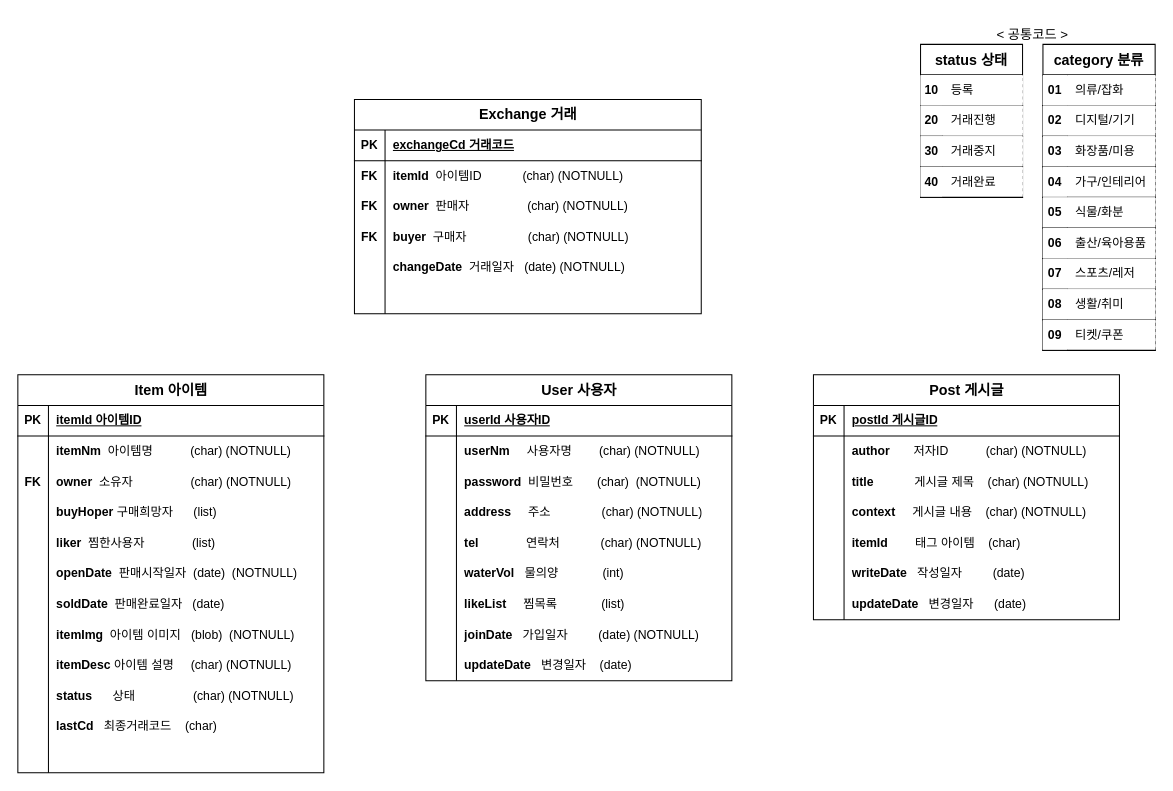
Earlier version of the draw.io diagram 제목 없는 다이어그램.drawio (eunbinoh/myReact). Source tidied: cells renumbered, new cells numbered last; positions are measured from the earlier drawing's top-left corner, leaving out a move shared by most shapes. Both pictures are drawn from the tidied source at 102%, with x=0, y=0 at pixel (17, 17).
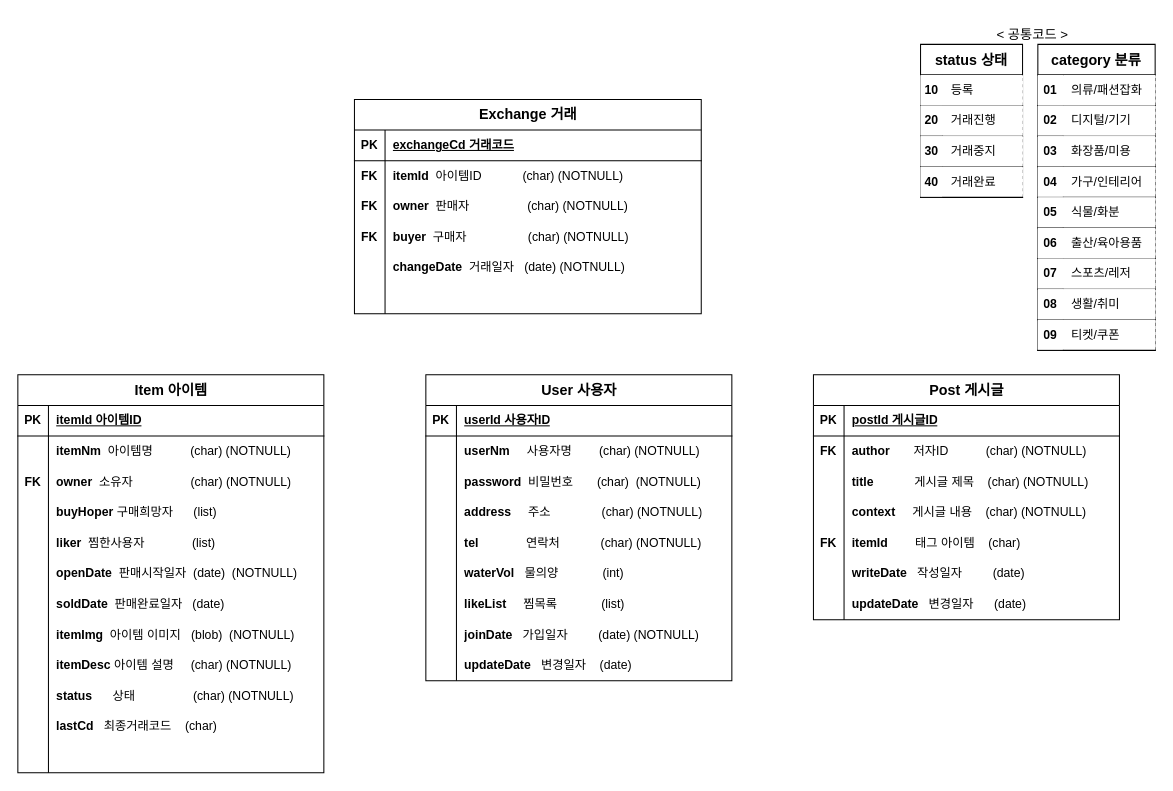
Above is the later version.

Unchanged cells that the change refers to:
```xml
<mxCell id="91" style="shape=tableRow;horizontal=0;startSize=0;swimlaneHead=0;swimlaneBody=0;fillColor=none;top=0;left=0;right=0;bottom=0;labelBackgroundColor=none;rounded=0;" parent="87" vertex="1">
  <mxGeometry y="60" width="300" height="30" as="geometry" />
</mxCell>
<mxCell id="100" style="shape=tableRow;horizontal=0;startSize=0;swimlaneHead=0;swimlaneBody=0;fillColor=none;top=0;left=0;right=0;bottom=0;labelBackgroundColor=none;rounded=0;" parent="87" vertex="1">
  <mxGeometry y="150" width="300" height="30" as="geometry" />
</mxCell>
```

What changed in the source:
```diff
@@
-    <mxCell id="92" style="shape=partialRectangle;fillColor=none;top=0;left=0;bottom=0;right=0;overflow=hidden;whiteSpace=wrap;html=1;labelBackgroundColor=none;rounded=0;" parent="91" vertex="1">
+    <mxCell id="92" value="&lt;b&gt;FK&lt;/b&gt;" style="shape=partialRectangle;fillColor=none;top=0;left=0;bottom=0;right=0;overflow=hidden;whiteSpace=wrap;html=1;labelBackgroundColor=none;rounded=0;" parent="91" vertex="1">
       <mxGeometry width="30" height="30" as="geometry" />
     </mxCell>
@@
-    <mxCell id="101" style="shape=partialRectangle;fillColor=none;top=0;left=0;bottom=0;right=0;overflow=hidden;whiteSpace=wrap;html=1;labelBackgroundColor=none;rounded=0;" parent="100" vertex="1">
+    <mxCell id="101" value="&lt;b&gt;FK&lt;/b&gt;" style="shape=partialRectangle;fillColor=none;top=0;left=0;bottom=0;right=0;overflow=hidden;whiteSpace=wrap;html=1;labelBackgroundColor=none;rounded=0;" parent="100" vertex="1">
       <mxGeometry width="30" height="30" as="geometry" />
     </mxCell>
@@
     <mxCell id="122" value="category 분류" style="shape=table;startSize=30;childLayout=tableLayout;rowLines=0;fontStyle=1;fontSize=14;spacingBottom=0;swimlaneLine=1;right=1;perimeterSpacing=1;separatorColor=#FFFFFF;bottom=1;arcSize=14;labelBackgroundColor=none;" parent="1" vertex="1">
-      <mxGeometry x="1005" y="26" width="110" height="300" as="geometry" />
+      <mxGeometry x="1000" y="26" width="115" height="300" as="geometry" />
     </mxCell>
     <mxCell id="123" style="shape=tableRow;horizontal=0;startSize=0;swimlaneHead=0;swimlaneBody=0;top=1;left=0;bottom=1;right=0;fontSize=12;spacingBottom=0;shadow=0;perimeterSpacing=1;labelBackgroundColor=none;" parent="122" vertex="1">
-      <mxGeometry y="30" width="110" height="30" as="geometry" />
+      <mxGeometry y="30" width="115" height="30" as="geometry" />
     </mxCell>
     <mxCell id="124" value="&lt;b&gt;01&lt;/b&gt;" style="shape=partialRectangle;html=1;whiteSpace=wrap;top=0;left=0;bottom=1;right=0;overflow=hidden;fontSize=12;spacingBottom=0;shadow=0;perimeterSpacing=1;labelBackgroundColor=none;" parent="123" vertex="1">
-      <mxGeometry width="24" height="30" as="geometry" />
+      <mxGeometry width="25" height="30" as="geometry" />
     </mxCell>
-    <mxCell id="125" value="의류/잡화" style="shape=partialRectangle;html=1;whiteSpace=wrap;top=0;left=0;bottom=1;right=0;align=left;spacingLeft=6;overflow=hidden;fontSize=12;spacingBottom=0;shadow=0;perimeterSpacing=1;labelBackgroundColor=none;" parent="123" vertex="1">
-      <mxGeometry x="24" width="86" height="30" as="geometry" />
+    <mxCell id="125" value="의류/패션잡화" style="shape=partialRectangle;html=1;whiteSpace=wrap;top=0;left=0;bottom=1;right=0;align=left;spacingLeft=6;overflow=hidden;fontSize=12;spacingBottom=0;shadow=0;perimeterSpacing=1;labelBackgroundColor=none;" parent="123" vertex="1">
+      <mxGeometry x="25" width="90" height="30" as="geometry" />
     </mxCell>
     <mxCell id="126" style="shape=tableRow;horizontal=0;startSize=0;swimlaneHead=0;swimlaneBody=0;top=0;left=0;bottom=1;right=0;fontSize=12;spacingBottom=0;shadow=0;perimeterSpacing=1;labelBackgroundColor=none;" parent="122" vertex="1">
-      <mxGeometry y="60" width="110" height="30" as="geometry" />
+      <mxGeometry y="60" width="115" height="30" as="geometry" />
     </mxCell>
     <mxCell id="127" value="&lt;b&gt;02&lt;/b&gt;" style="shape=partialRectangle;html=1;whiteSpace=wrap;top=0;left=0;bottom=1;right=0;overflow=hidden;fontSize=12;spacingBottom=0;shadow=0;perimeterSpacing=1;labelBackgroundColor=none;" parent="126" vertex="1">
-      <mxGeometry width="24" height="30" as="geometry" />
+      <mxGeometry width="25" height="30" as="geometry" />
     </mxCell>
     <mxCell id="128" value="디지털/기기" style="shape=partialRectangle;html=1;whiteSpace=wrap;top=0;left=0;bottom=1;right=0;align=left;spacingLeft=6;overflow=hidden;fontSize=12;spacingBottom=0;shadow=0;perimeterSpacing=1;labelBackgroundColor=none;" parent="126" vertex="1">
-      <mxGeometry x="24" width="86" height="30" as="geometry" />
+      <mxGeometry x="25" width="90" height="30" as="geometry" />
     </mxCell>
     <mxCell id="129" style="shape=tableRow;horizontal=0;startSize=0;swimlaneHead=0;swimlaneBody=0;top=0;left=0;bottom=1;right=0;fontSize=12;spacingBottom=0;shadow=0;perimeterSpacing=1;labelBackgroundColor=none;" parent="122" vertex="1">
-      <mxGeometry y="90" width="110" height="30" as="geometry" />
+      <mxGeometry y="90" width="115" height="30" as="geometry" />
     </mxCell>
     <mxCell id="130" value="&lt;b&gt;03&lt;/b&gt;" style="shape=partialRectangle;html=1;whiteSpace=wrap;top=0;left=0;bottom=1;right=0;overflow=hidden;fontSize=12;spacingBottom=0;shadow=0;perimeterSpacing=1;labelBackgroundColor=none;" parent="129" vertex="1">
-      <mxGeometry width="24" height="30" as="geometry" />
+      <mxGeometry width="25" height="30" as="geometry" />
     </mxCell>
     <mxCell id="131" value="화장품/미용" style="shape=partialRectangle;html=1;whiteSpace=wrap;top=0;left=0;bottom=1;right=0;align=left;spacingLeft=6;overflow=hidden;fontSize=12;spacingBottom=0;shadow=0;perimeterSpacing=1;labelBackgroundColor=none;" parent="129" vertex="1">
-      <mxGeometry x="24" width="86" height="30" as="geometry" />
+      <mxGeometry x="25" width="90" height="30" as="geometry" />
     </mxCell>
     <mxCell id="132" style="shape=tableRow;horizontal=0;startSize=0;swimlaneHead=0;swimlaneBody=0;top=0;left=0;bottom=1;right=0;fontSize=12;spacingBottom=0;shadow=0;perimeterSpacing=1;labelBackgroundColor=none;" parent="122" vertex="1">
-      <mxGeometry y="120" width="110" height="30" as="geometry" />
+      <mxGeometry y="120" width="115" height="30" as="geometry" />
     </mxCell>
     <mxCell id="133" value="&lt;b&gt;04&lt;/b&gt;" style="shape=partialRectangle;html=1;whiteSpace=wrap;top=0;left=0;bottom=1;right=0;overflow=hidden;fontSize=12;spacingBottom=0;shadow=0;perimeterSpacing=1;labelBackgroundColor=none;" parent="132" vertex="1">
-      <mxGeometry width="24" height="30" as="geometry" />
+      <mxGeometry width="25" height="30" as="geometry" />
     </mxCell>
     <mxCell id="134" value="가구/인테리어" style="shape=partialRectangle;html=1;whiteSpace=wrap;top=0;left=0;bottom=1;right=0;align=left;spacingLeft=6;overflow=hidden;fontSize=12;spacingBottom=0;shadow=0;perimeterSpacing=1;labelBackgroundColor=none;" parent="132" vertex="1">
-      <mxGeometry x="24" width="86" height="30" as="geometry" />
+      <mxGeometry x="25" width="90" height="30" as="geometry" />
     </mxCell>
     <mxCell id="135" style="shape=tableRow;horizontal=0;startSize=0;swimlaneHead=0;swimlaneBody=0;top=0;left=0;bottom=1;right=0;fontSize=12;spacingBottom=0;shadow=0;perimeterSpacing=1;labelBackgroundColor=none;" parent="122" vertex="1">
-      <mxGeometry y="150" width="110" height="30" as="geometry" />
+      <mxGeometry y="150" width="115" height="30" as="geometry" />
     </mxCell>
     <mxCell id="136" value="&lt;b&gt;05&lt;/b&gt;" style="shape=partialRectangle;html=1;whiteSpace=wrap;top=0;left=0;bottom=1;right=0;overflow=hidden;fontSize=12;spacingBottom=0;shadow=0;perimeterSpacing=1;labelBackgroundColor=none;" parent="135" vertex="1">
-      <mxGeometry width="24" height="30" as="geometry" />
+      <mxGeometry width="25" height="30" as="geometry" />
     </mxCell>
     <mxCell id="137" value="식물/화분" style="shape=partialRectangle;html=1;whiteSpace=wrap;top=0;left=0;bottom=1;right=0;align=left;spacingLeft=6;overflow=hidden;fontSize=12;spacingBottom=0;shadow=0;perimeterSpacing=1;labelBackgroundColor=none;" parent="135" vertex="1">
-      <mxGeometry x="24" width="86" height="30" as="geometry" />
+      <mxGeometry x="25" width="90" height="30" as="geometry" />
     </mxCell>
     <mxCell id="138" style="shape=tableRow;horizontal=0;startSize=0;swimlaneHead=0;swimlaneBody=0;top=0;left=0;bottom=1;right=0;fontSize=12;spacingBottom=0;shadow=0;perimeterSpacing=1;labelBackgroundColor=none;" parent="122" vertex="1">
-      <mxGeometry y="180" width="110" height="30" as="geometry" />
+      <mxGeometry y="180" width="115" height="30" as="geometry" />
     </mxCell>
     <mxCell id="139" value="&lt;b&gt;06&lt;/b&gt;" style="shape=partialRectangle;html=1;whiteSpace=wrap;top=0;left=0;bottom=1;right=0;overflow=hidden;fontSize=12;spacingBottom=0;shadow=0;perimeterSpacing=1;labelBackgroundColor=none;" parent="138" vertex="1">
-      <mxGeometry width="24" height="30" as="geometry" />
+      <mxGeometry width="25" height="30" as="geometry" />
     </mxCell>
     <mxCell id="140" value="출산/육아용품" style="shape=partialRectangle;html=1;whiteSpace=wrap;top=0;left=0;bottom=1;right=0;align=left;spacingLeft=6;overflow=hidden;fontSize=12;spacingBottom=0;shadow=0;perimeterSpacing=1;labelBackgroundColor=none;" parent="138" vertex="1">
-      <mxGeometry x="24" width="86" height="30" as="geometry" />
+      <mxGeometry x="25" width="90" height="30" as="geometry" />
     </mxCell>
     <mxCell id="141" style="shape=tableRow;horizontal=0;startSize=0;swimlaneHead=0;swimlaneBody=0;top=0;left=0;bottom=1;right=0;fontSize=12;spacingBottom=0;shadow=0;perimeterSpacing=1;labelBackgroundColor=none;" parent="122" vertex="1">
-      <mxGeometry y="210" width="110" height="30" as="geometry" />
+      <mxGeometry y="210" width="115" height="30" as="geometry" />
     </mxCell>
     <mxCell id="142" value="&lt;b&gt;07&lt;/b&gt;" style="shape=partialRectangle;html=1;whiteSpace=wrap;top=0;left=0;bottom=1;right=0;overflow=hidden;fontSize=12;spacingBottom=0;shadow=0;perimeterSpacing=1;labelBackgroundColor=none;" parent="141" vertex="1">
-      <mxGeometry width="24" height="30" as="geometry" />
+      <mxGeometry width="25" height="30" as="geometry" />
     </mxCell>
     <mxCell id="143" value="스포츠/레저" style="shape=partialRectangle;html=1;whiteSpace=wrap;top=0;left=0;bottom=1;right=0;align=left;spacingLeft=6;overflow=hidden;fontSize=12;spacingBottom=0;shadow=0;perimeterSpacing=1;labelBackgroundColor=none;" parent="141" vertex="1">
-      <mxGeometry x="24" width="86" height="30" as="geometry" />
+      <mxGeometry x="25" width="90" height="30" as="geometry" />
     </mxCell>
     <mxCell id="144" style="shape=tableRow;horizontal=0;startSize=0;swimlaneHead=0;swimlaneBody=0;top=0;left=0;bottom=1;right=0;fontSize=12;spacingBottom=0;shadow=0;perimeterSpacing=1;labelBackgroundColor=none;" parent="122" vertex="1">
-      <mxGeometry y="240" width="110" height="30" as="geometry" />
+      <mxGeometry y="240" width="115" height="30" as="geometry" />
     </mxCell>
     <mxCell id="145" value="&lt;b&gt;08&lt;/b&gt;" style="shape=partialRectangle;html=1;whiteSpace=wrap;top=0;left=0;bottom=1;right=0;overflow=hidden;fontSize=12;spacingBottom=0;shadow=0;perimeterSpacing=1;labelBackgroundColor=none;" parent="144" vertex="1">
-      <mxGeometry width="24" height="30" as="geometry" />
+      <mxGeometry width="25" height="30" as="geometry" />
     </mxCell>
     <mxCell id="146" value="생활/취미" style="shape=partialRectangle;html=1;whiteSpace=wrap;top=0;left=0;bottom=1;right=0;align=left;spacingLeft=6;overflow=hidden;fontSize=12;spacingBottom=0;shadow=0;perimeterSpacing=1;labelBackgroundColor=none;" parent="144" vertex="1">
-      <mxGeometry x="24" width="86" height="30" as="geometry" />
+      <mxGeometry x="25" width="90" height="30" as="geometry" />
     </mxCell>
     <mxCell id="147" style="shape=tableRow;horizontal=0;startSize=0;swimlaneHead=0;swimlaneBody=0;top=0;left=0;bottom=1;right=0;fontSize=12;spacingBottom=0;shadow=0;perimeterSpacing=1;labelBackgroundColor=none;" parent="122" vertex="1">
-      <mxGeometry y="270" width="110" height="30" as="geometry" />
+      <mxGeometry y="270" width="115" height="30" as="geometry" />
     </mxCell>
     <mxCell id="148" value="&lt;b&gt;09&lt;/b&gt;" style="shape=partialRectangle;html=1;whiteSpace=wrap;top=0;left=0;bottom=1;right=0;overflow=hidden;fontSize=12;spacingBottom=0;shadow=0;perimeterSpacing=1;labelBackgroundColor=none;" parent="147" vertex="1">
-      <mxGeometry width="24" height="30" as="geometry" />
+      <mxGeometry width="25" height="30" as="geometry" />
     </mxCell>
     <mxCell id="149" value="티켓/쿠폰" style="shape=partialRectangle;html=1;whiteSpace=wrap;top=0;left=0;bottom=1;right=0;align=left;spacingLeft=6;overflow=hidden;fontSize=12;spacingBottom=0;shadow=0;perimeterSpacing=1;labelBackgroundColor=none;" parent="147" vertex="1">
-      <mxGeometry x="24" width="86" height="30" as="geometry" />
+      <mxGeometry x="25" width="90" height="30" as="geometry" />
     </mxCell>
```
